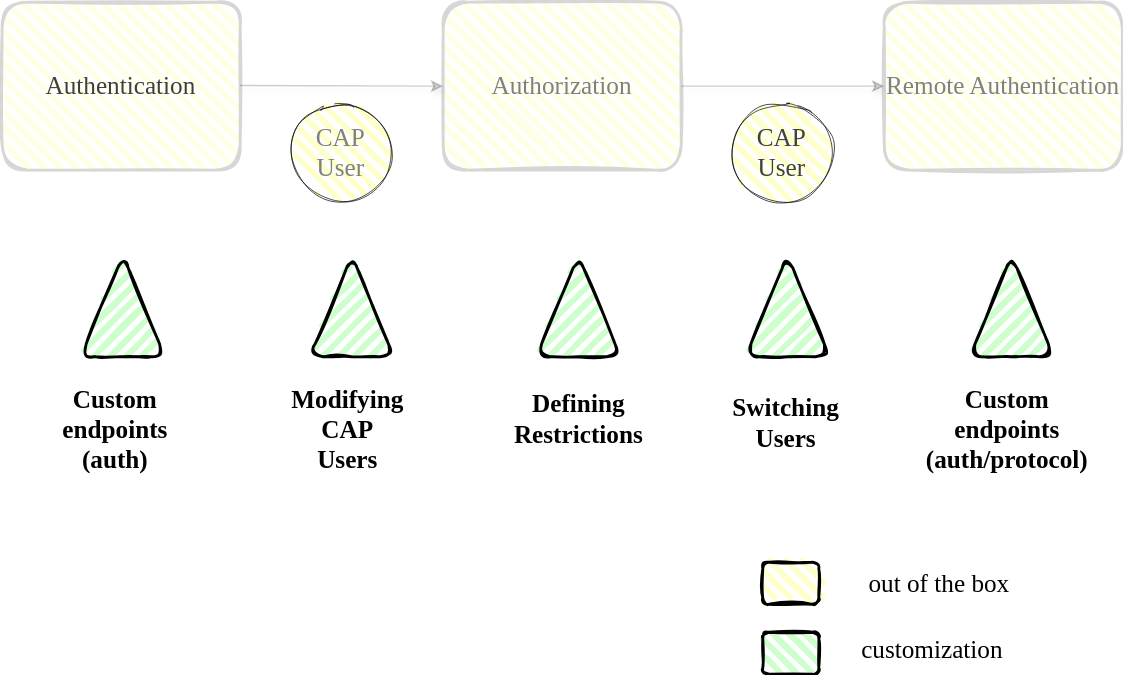
Before: guides/security/assets/security-customizable.drawio.svg, a diagram exported from draw.io (capire/docs). Source tidied: cells renumbered, new cells last; positions are measured from the earlier drawing's top-left corner, leaving out a move shared by most shapes. Its diagram source:
```xml
<mxGraphModel>
  <root>
    <mxCell id="0" />
    <mxCell id="1" parent="0" />
    <mxCell id="2" value="&lt;font style=&quot;font-size: 18px;&quot; face=&quot;Comic Sans MS&quot;&gt;CAP User&lt;/font&gt;" style="ellipse;whiteSpace=wrap;html=1;rounded=1;whiteSpace=wrap;html=1;strokeWidth=0.5;fillWeight=4;hachureGap=8;hachureAngle=45;fillColor=#FFFFCC;sketch=1;shadow=0;fontColor=#808080;" parent="1" vertex="1">
      <mxGeometry x="207.2" y="72.5" width="70" height="70" as="geometry" />
    </mxCell>
    <mxCell id="3" value="&lt;font style=&quot;font-size: 18px;&quot; face=&quot;Comic Sans MS&quot;&gt;Authorization&lt;/font&gt;" style="rounded=1;whiteSpace=wrap;html=1;strokeWidth=2;fillWeight=4;hachureGap=8;hachureAngle=45;fillColor=rgba(255,255,204,0.5);sketch=1;strokeColor=#D6D6D6;fontColor=#808080;" parent="1" vertex="1">
      <mxGeometry x="315" width="170" height="120" as="geometry" />
    </mxCell>
    <mxCell id="4" style="rounded=1;whiteSpace=wrap;html=1;strokeWidth=2;fillWeight=4;hachureGap=8;hachureAngle=45;fillColor=#CCFFCC;sketch=1;" parent="1" vertex="1">
      <mxGeometry x="543.2" y="450" width="40" height="30" as="geometry" />
    </mxCell>
    <mxCell id="5" style="rounded=1;whiteSpace=wrap;html=1;strokeWidth=2;fillWeight=4;hachureGap=8;hachureAngle=45;fillColor=#FFFFCC;sketch=1;" parent="1" vertex="1">
      <mxGeometry x="543.2" y="400" width="40" height="30" as="geometry" />
    </mxCell>
    <mxCell id="6" value="&lt;span style=&quot;color: rgb(63, 63, 63); font-family: &amp;quot;Comic Sans MS&amp;quot;; font-size: 18px;&quot;&gt;Authentication&lt;/span&gt;" style="rounded=1;whiteSpace=wrap;html=1;strokeWidth=2;fillWeight=4;hachureGap=8;hachureAngle=45;fillColor=rgba(255,255,204,0.5);sketch=1;strokeColor=#D6D6D6;fontColor=#808080;" parent="1" vertex="1">
      <mxGeometry width="170" height="120" as="geometry" />
    </mxCell>
    <mxCell id="7" value="&lt;font face=&quot;Comic Sans MS&quot;&gt;&lt;span style=&quot;font-size: 18px;&quot;&gt;Remote Authentication&lt;/span&gt;&lt;/font&gt;" style="rounded=1;whiteSpace=wrap;html=1;strokeWidth=2;fillWeight=4;hachureGap=8;hachureAngle=45;fillColor=rgba(255,255,204,0.5);sketch=1;strokeColor=#D6D6D6;fontColor=#808080;" parent="1" vertex="1">
      <mxGeometry x="630" width="170" height="120" as="geometry" />
    </mxCell>
    <mxCell id="8" style="edgeStyle=none;jettySize=auto;html=1;shadow=1;entryX=0;entryY=0.5;entryDx=0;entryDy=0;strokeColor=rgba(0,0,0,0.2);" parent="1" edge="1" target="3">
      <mxGeometry relative="1" as="geometry">
        <mxPoint x="170" y="59.5" as="sourcePoint" />
      </mxGeometry>
    </mxCell>
    <mxCell id="9" style="edgeStyle=none;jettySize=auto;html=1;shadow=1;exitX=1;exitY=0.5;exitDx=0;exitDy=0;strokeColor=rgba(0,0,0,0.2);" parent="1" edge="1" source="3">
      <mxGeometry relative="1" as="geometry">
        <mxPoint x="630" y="60" as="targetPoint" />
      </mxGeometry>
    </mxCell>
    <mxCell id="10" style="triangle;whiteSpace=wrap;html=1;rotation=-90;rounded=1;whiteSpace=wrap;html=1;strokeWidth=2;fillWeight=4;hachureGap=8;hachureAngle=45;fillColor=#CCFFCC;sketch=1;" parent="1" vertex="1">
      <mxGeometry x="213.5" y="187" width="72.5" height="60" as="geometry" />
    </mxCell>
    <mxCell id="11" value="&lt;font style=&quot;font-size: 18px;&quot; face=&quot;Comic Sans MS&quot;&gt;&lt;b&gt;Custom endpoints (auth/protocol)&lt;/b&gt;&lt;/font&gt;" style="text;html=1;align=center;verticalAlign=middle;whiteSpace=wrap;rounded=0;" parent="1" vertex="1">
      <mxGeometry x="688.2" y="291" width="60" height="30" as="geometry" />
    </mxCell>
    <mxCell id="12" value="&lt;font style=&quot;font-size: 18px;&quot; face=&quot;Comic Sans MS&quot;&gt;&lt;b&gt;Custom endpoints (auth)&lt;/b&gt;&lt;/font&gt;" style="text;html=1;align=center;verticalAlign=middle;whiteSpace=wrap;rounded=0;" parent="1" vertex="1">
      <mxGeometry x="51.2" y="291" width="60" height="30" as="geometry" />
    </mxCell>
    <mxCell id="13" value="&lt;font style=&quot;font-size: 18px;&quot; face=&quot;Comic Sans MS&quot;&gt;&lt;b&gt;Modifying CAP Users&lt;/b&gt;&lt;/font&gt;" style="text;html=1;align=center;verticalAlign=middle;whiteSpace=wrap;rounded=0;" parent="1" vertex="1">
      <mxGeometry x="217.2" y="291" width="60" height="30" as="geometry" />
    </mxCell>
    <mxCell id="14" value="&lt;font style=&quot;font-size: 18px;&quot; face=&quot;Comic Sans MS&quot;&gt;&lt;b&gt;Switching Users&lt;/b&gt;&lt;/font&gt;" style="text;html=1;align=center;verticalAlign=middle;whiteSpace=wrap;rounded=0;" parent="1" vertex="1">
      <mxGeometry x="530.2" y="286" width="60" height="30" as="geometry" />
    </mxCell>
    <mxCell id="15" value="&lt;font style=&quot;font-size: 18px;&quot; face=&quot;Comic Sans MS&quot;&gt;&lt;b&gt;Defining Restrictions&lt;/b&gt;&lt;/font&gt;" style="text;html=1;align=center;verticalAlign=middle;whiteSpace=wrap;rounded=0;" parent="1" vertex="1">
      <mxGeometry x="381.5" y="283" width="60" height="30" as="geometry" />
    </mxCell>
    <mxCell id="16" style="triangle;whiteSpace=wrap;html=1;rotation=-90;rounded=1;whiteSpace=wrap;html=1;strokeWidth=2;fillWeight=4;hachureGap=8;hachureAngle=45;fillColor=#CCFFCC;sketch=1;" parent="1" vertex="1">
      <mxGeometry x="50" y="187" width="72.5" height="60" as="geometry" />
    </mxCell>
    <mxCell id="17" style="triangle;whiteSpace=wrap;html=1;rotation=-90;rounded=1;whiteSpace=wrap;html=1;strokeWidth=2;fillWeight=4;hachureGap=8;hachureAngle=45;fillColor=#CCFFCC;sketch=1;" parent="1" vertex="1">
      <mxGeometry x="375.2" y="187" width="72.5" height="60" as="geometry" />
    </mxCell>
    <mxCell id="18" style="triangle;whiteSpace=wrap;html=1;rotation=-90;rounded=1;whiteSpace=wrap;html=1;strokeWidth=2;fillWeight=4;hachureGap=8;hachureAngle=45;fillColor=#CCFFCC;sketch=1;" parent="1" vertex="1">
      <mxGeometry x="524.8" y="187" width="72.5" height="60" as="geometry" />
    </mxCell>
    <mxCell id="19" style="triangle;whiteSpace=wrap;html=1;rotation=-90;rounded=1;whiteSpace=wrap;html=1;strokeWidth=2;fillWeight=4;hachureGap=8;hachureAngle=45;fillColor=#CCFFCC;sketch=1;" parent="1" vertex="1">
      <mxGeometry x="684.8" y="187" width="72.5" height="60" as="geometry" />
    </mxCell>
    <mxCell id="20" value="&lt;font style=&quot;font-size: 18px;&quot; face=&quot;Comic Sans MS&quot;&gt;customization&lt;/font&gt;" style="text;html=1;align=center;verticalAlign=middle;whiteSpace=wrap;rounded=0;" parent="1" vertex="1">
      <mxGeometry x="587" y="448" width="155.2" height="30" as="geometry" />
    </mxCell>
    <mxCell id="21" value="&lt;font style=&quot;font-size: 18px;&quot; face=&quot;Comic Sans MS&quot;&gt;out of the box&lt;/font&gt;" style="text;html=1;align=center;verticalAlign=middle;whiteSpace=wrap;rounded=0;" parent="1" vertex="1">
      <mxGeometry x="592.2" y="401" width="155.2" height="30" as="geometry" />
    </mxCell>
    <mxCell id="22" value="&lt;span style=&quot;color: rgb(63, 63, 63); scrollbar-color: rgb(226, 226, 226) rgb(251, 251, 251); font-family: &amp;quot;Comic Sans MS&amp;quot;; font-size: 18px;&quot;&gt;CAP User&lt;/span&gt;" style="ellipse;whiteSpace=wrap;html=1;rounded=1;whiteSpace=wrap;html=1;strokeWidth=0.5;fillWeight=4;hachureGap=8;hachureAngle=45;fillColor=#FFFFCC;sketch=1;fontColor=#808080;" parent="1" vertex="1">
      <mxGeometry x="522.2" y="72.5" width="70" height="70" as="geometry" />
    </mxCell>
  </root>
</mxGraphModel>
```
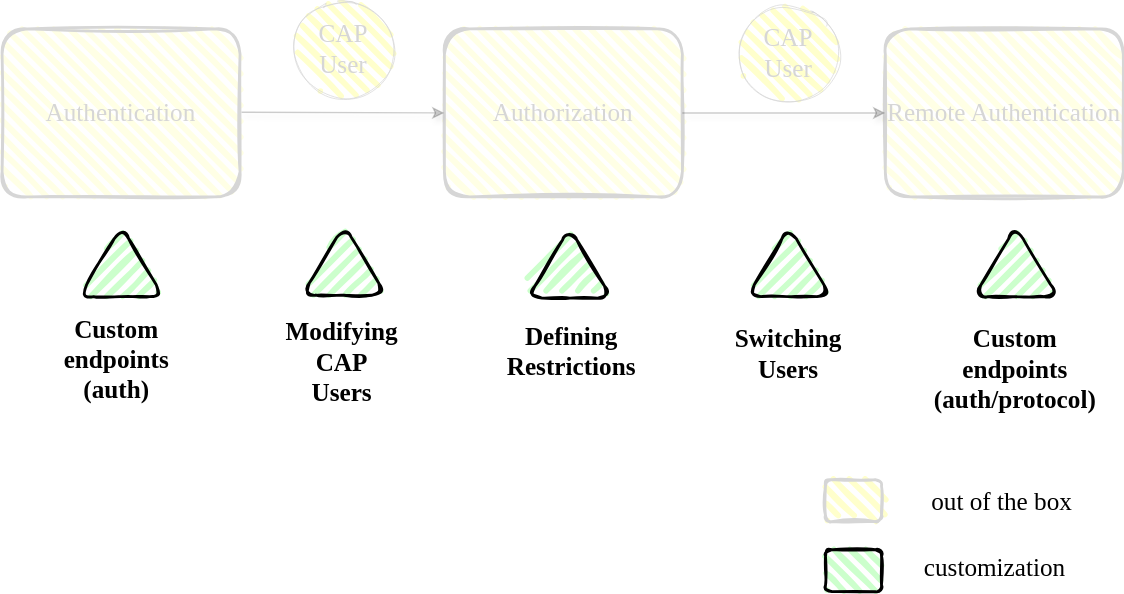
Later version of the same file.

Change to the diagram source:
```diff
@@ -2,22 +2,19 @@
   <root>
     <mxCell id="0" />
     <mxCell id="1" parent="0" />
-    <mxCell id="2" value="&lt;font style=&quot;font-size: 18px;&quot; face=&quot;Comic Sans MS&quot;&gt;CAP User&lt;/font&gt;" style="ellipse;whiteSpace=wrap;html=1;rounded=1;whiteSpace=wrap;html=1;strokeWidth=0.5;fillWeight=4;hachureGap=8;hachureAngle=45;fillColor=#FFFFCC;sketch=1;shadow=0;fontColor=#808080;" parent="1" vertex="1">
-      <mxGeometry x="207.2" y="72.5" width="70" height="70" as="geometry" />
+    <mxCell id="2" value="&lt;font style=&quot;font-size: 18px;&quot; face=&quot;Comic Sans MS&quot;&gt;CAP User&lt;/font&gt;" style="ellipse;whiteSpace=wrap;html=1;rounded=1;whiteSpace=wrap;html=1;strokeWidth=0.5;fillWeight=4;hachureGap=8;hachureAngle=45;fillColor=#FFFFCC;sketch=1;shadow=0;fontColor=#D6D6D6;strokeColor=#D6D6D6;" parent="1" vertex="1">
+      <mxGeometry x="208.2" y="-20" width="70" height="70" as="geometry" />
     </mxCell>
-    <mxCell id="3" value="&lt;font style=&quot;font-size: 18px;&quot; face=&quot;Comic Sans MS&quot;&gt;Authorization&lt;/font&gt;" style="rounded=1;whiteSpace=wrap;html=1;strokeWidth=2;fillWeight=4;hachureGap=8;hachureAngle=45;fillColor=rgba(255,255,204,0.5);sketch=1;strokeColor=#D6D6D6;fontColor=#808080;" parent="1" vertex="1">
+    <mxCell id="3" value="&lt;font style=&quot;font-size: 18px;&quot; face=&quot;Comic Sans MS&quot;&gt;Authorization&lt;/font&gt;" style="rounded=1;whiteSpace=wrap;html=1;strokeWidth=2;fillWeight=4;hachureGap=8;hachureAngle=45;fillColor=rgba(255,255,204,0.5);sketch=1;strokeColor=#D6D6D6;fontColor=#D6D6D6;" parent="1" vertex="1">
       <mxGeometry x="315" width="170" height="120" as="geometry" />
     </mxCell>
     <mxCell id="4" style="rounded=1;whiteSpace=wrap;html=1;strokeWidth=2;fillWeight=4;hachureGap=8;hachureAngle=45;fillColor=#CCFFCC;sketch=1;" parent="1" vertex="1">
-      <mxGeometry x="543.2" y="450" width="40" height="30" as="geometry" />
+      <mxGeometry x="587.2" y="372" width="40" height="30" as="geometry" />
     </mxCell>
-    <mxCell id="5" style="rounded=1;whiteSpace=wrap;html=1;strokeWidth=2;fillWeight=4;hachureGap=8;hachureAngle=45;fillColor=#FFFFCC;sketch=1;" parent="1" vertex="1">
-      <mxGeometry x="543.2" y="400" width="40" height="30" as="geometry" />
+    <mxCell id="5" style="rounded=1;whiteSpace=wrap;html=1;strokeWidth=2;fillWeight=4;hachureGap=8;hachureAngle=45;fillColor=#FFFFCC;sketch=1;strokeColor=#D6D6D6;" parent="1" vertex="1">
+      <mxGeometry x="587.2" y="322" width="40" height="30" as="geometry" />
     </mxCell>
-    <mxCell id="6" value="&lt;span style=&quot;color: rgb(63, 63, 63); font-family: &amp;quot;Comic Sans MS&amp;quot;; font-size: 18px;&quot;&gt;Authentication&lt;/span&gt;" style="rounded=1;whiteSpace=wrap;html=1;strokeWidth=2;fillWeight=4;hachureGap=8;hachureAngle=45;fillColor=rgba(255,255,204,0.5);sketch=1;strokeColor=#D6D6D6;fontColor=#808080;" parent="1" vertex="1">
-      <mxGeometry width="170" height="120" as="geometry" />
-    </mxCell>
-    <mxCell id="7" value="&lt;font face=&quot;Comic Sans MS&quot;&gt;&lt;span style=&quot;font-size: 18px;&quot;&gt;Remote Authentication&lt;/span&gt;&lt;/font&gt;" style="rounded=1;whiteSpace=wrap;html=1;strokeWidth=2;fillWeight=4;hachureGap=8;hachureAngle=45;fillColor=rgba(255,255,204,0.5);sketch=1;strokeColor=#D6D6D6;fontColor=#808080;" parent="1" vertex="1">
+    <mxCell id="7" value="&lt;font face=&quot;Comic Sans MS&quot;&gt;&lt;span style=&quot;font-size: 18px;&quot;&gt;Remote Authentication&lt;/span&gt;&lt;/font&gt;" style="rounded=1;whiteSpace=wrap;html=1;strokeWidth=2;fillWeight=4;hachureGap=8;hachureAngle=45;fillColor=rgba(255,255,204,0.5);sketch=1;strokeColor=#D6D6D6;fontColor=#D6D6D6;" parent="1" vertex="1">
       <mxGeometry x="630" width="170" height="120" as="geometry" />
     </mxCell>
     <mxCell id="8" style="edgeStyle=none;jettySize=auto;html=1;shadow=1;entryX=0;entryY=0.5;entryDx=0;entryDy=0;strokeColor=rgba(0,0,0,0.2);" parent="1" edge="1" target="3">
@@ -30,44 +27,47 @@
         <mxPoint x="630" y="60" as="targetPoint" />
       </mxGeometry>
     </mxCell>
-    <mxCell id="10" style="triangle;whiteSpace=wrap;html=1;rotation=-90;rounded=1;whiteSpace=wrap;html=1;strokeWidth=2;fillWeight=4;hachureGap=8;hachureAngle=45;fillColor=#CCFFCC;sketch=1;" parent="1" vertex="1">
-      <mxGeometry x="213.5" y="187" width="72.5" height="60" as="geometry" />
-    </mxCell>
     <mxCell id="11" value="&lt;font style=&quot;font-size: 18px;&quot; face=&quot;Comic Sans MS&quot;&gt;&lt;b&gt;Custom endpoints (auth/protocol)&lt;/b&gt;&lt;/font&gt;" style="text;html=1;align=center;verticalAlign=middle;whiteSpace=wrap;rounded=0;" parent="1" vertex="1">
-      <mxGeometry x="688.2" y="291" width="60" height="30" as="geometry" />
+      <mxGeometry x="693.2" y="229" width="60" height="30" as="geometry" />
     </mxCell>
     <mxCell id="12" value="&lt;font style=&quot;font-size: 18px;&quot; face=&quot;Comic Sans MS&quot;&gt;&lt;b&gt;Custom endpoints (auth)&lt;/b&gt;&lt;/font&gt;" style="text;html=1;align=center;verticalAlign=middle;whiteSpace=wrap;rounded=0;" parent="1" vertex="1">
-      <mxGeometry x="51.2" y="291" width="60" height="30" as="geometry" />
+      <mxGeometry x="51.2" y="222" width="60" height="30" as="geometry" />
     </mxCell>
     <mxCell id="13" value="&lt;font style=&quot;font-size: 18px;&quot; face=&quot;Comic Sans MS&quot;&gt;&lt;b&gt;Modifying CAP Users&lt;/b&gt;&lt;/font&gt;" style="text;html=1;align=center;verticalAlign=middle;whiteSpace=wrap;rounded=0;" parent="1" vertex="1">
-      <mxGeometry x="217.2" y="291" width="60" height="30" as="geometry" />
+      <mxGeometry x="212.2" y="224" width="60" height="30" as="geometry" />
     </mxCell>
     <mxCell id="14" value="&lt;font style=&quot;font-size: 18px;&quot; face=&quot;Comic Sans MS&quot;&gt;&lt;b&gt;Switching Users&lt;/b&gt;&lt;/font&gt;" style="text;html=1;align=center;verticalAlign=middle;whiteSpace=wrap;rounded=0;" parent="1" vertex="1">
-      <mxGeometry x="530.2" y="286" width="60" height="30" as="geometry" />
+      <mxGeometry x="531.2" y="218" width="60" height="30" as="geometry" />
     </mxCell>
     <mxCell id="15" value="&lt;font style=&quot;font-size: 18px;&quot; face=&quot;Comic Sans MS&quot;&gt;&lt;b&gt;Defining Restrictions&lt;/b&gt;&lt;/font&gt;" style="text;html=1;align=center;verticalAlign=middle;whiteSpace=wrap;rounded=0;" parent="1" vertex="1">
-      <mxGeometry x="381.5" y="283" width="60" height="30" as="geometry" />
+      <mxGeometry x="375.5" y="216" width="60" height="30" as="geometry" />
     </mxCell>
     <mxCell id="16" style="triangle;whiteSpace=wrap;html=1;rotation=-90;rounded=1;whiteSpace=wrap;html=1;strokeWidth=2;fillWeight=4;hachureGap=8;hachureAngle=45;fillColor=#CCFFCC;sketch=1;" parent="1" vertex="1">
-      <mxGeometry x="50" y="187" width="72.5" height="60" as="geometry" />
+      <mxGeometry x="59.2" y="136.2" width="50" height="60" as="geometry" />
     </mxCell>
-    <mxCell id="17" style="triangle;whiteSpace=wrap;html=1;rotation=-90;rounded=1;whiteSpace=wrap;html=1;strokeWidth=2;fillWeight=4;hachureGap=8;hachureAngle=45;fillColor=#CCFFCC;sketch=1;" parent="1" vertex="1">
-      <mxGeometry x="375.2" y="187" width="72.5" height="60" as="geometry" />
-    </mxCell>
-    <mxCell id="18" style="triangle;whiteSpace=wrap;html=1;rotation=-90;rounded=1;whiteSpace=wrap;html=1;strokeWidth=2;fillWeight=4;hachureGap=8;hachureAngle=45;fillColor=#CCFFCC;sketch=1;" parent="1" vertex="1">
-      <mxGeometry x="524.8" y="187" width="72.5" height="60" as="geometry" />
-    </mxCell>
-    <mxCell id="19" style="triangle;whiteSpace=wrap;html=1;rotation=-90;rounded=1;whiteSpace=wrap;html=1;strokeWidth=2;fillWeight=4;hachureGap=8;hachureAngle=45;fillColor=#CCFFCC;sketch=1;" parent="1" vertex="1">
-      <mxGeometry x="684.8" y="187" width="72.5" height="60" as="geometry" />
-    </mxCell>
     <mxCell id="20" value="&lt;font style=&quot;font-size: 18px;&quot; face=&quot;Comic Sans MS&quot;&gt;customization&lt;/font&gt;" style="text;html=1;align=center;verticalAlign=middle;whiteSpace=wrap;rounded=0;" parent="1" vertex="1">
-      <mxGeometry x="587" y="448" width="155.2" height="30" as="geometry" />
+      <mxGeometry x="631" y="370" width="155.2" height="30" as="geometry" />
     </mxCell>
     <mxCell id="21" value="&lt;font style=&quot;font-size: 18px;&quot; face=&quot;Comic Sans MS&quot;&gt;out of the box&lt;/font&gt;" style="text;html=1;align=center;verticalAlign=middle;whiteSpace=wrap;rounded=0;" parent="1" vertex="1">
-      <mxGeometry x="592.2" y="401" width="155.2" height="30" as="geometry" />
+      <mxGeometry x="636.2" y="323" width="155.2" height="30" as="geometry" />
     </mxCell>
+    <mxCell id="23" style="triangle;whiteSpace=wrap;html=1;rotation=-90;rounded=1;whiteSpace=wrap;html=1;strokeWidth=2;fillWeight=4;hachureGap=8;hachureAngle=45;fillColor=#CCFFCC;sketch=1;" parent="1" vertex="1">
+      <mxGeometry x="218.2" y="135.2" width="50" height="60" as="geometry" />
+    </mxCell>
+    <mxCell id="24" style="triangle;whiteSpace=wrap;html=1;rotation=-90;rounded=1;whiteSpace=wrap;html=1;strokeWidth=2;fillWeight=4;hachureGap=8;hachureAngle=45;fillColor=#CCFFCC;sketch=1;" parent="1" vertex="1">
+      <mxGeometry x="379.5" y="137.2" width="50" height="60" as="geometry" />
+    </mxCell>
+    <mxCell id="25" style="triangle;whiteSpace=wrap;html=1;rotation=-90;rounded=1;whiteSpace=wrap;html=1;strokeWidth=2;fillWeight=4;hachureGap=8;hachureAngle=45;fillColor=#CCFFCC;sketch=1;" parent="1" vertex="1">
+      <mxGeometry x="536.2" y="136.2" width="50" height="60" as="geometry" />
+    </mxCell>
+    <mxCell id="26" style="triangle;whiteSpace=wrap;html=1;rotation=-90;rounded=1;whiteSpace=wrap;html=1;strokeWidth=2;fillWeight=4;hachureGap=8;hachureAngle=45;fillColor=#CCFFCC;sketch=1;" parent="1" vertex="1">
+      <mxGeometry x="698.2" y="136.2" width="50" height="60" as="geometry" />
+    </mxCell>
-    <mxCell id="22" value="&lt;span style=&quot;color: rgb(63, 63, 63); scrollbar-color: rgb(226, 226, 226) rgb(251, 251, 251); font-family: &amp;quot;Comic Sans MS&amp;quot;; font-size: 18px;&quot;&gt;CAP User&lt;/span&gt;" style="ellipse;whiteSpace=wrap;html=1;rounded=1;whiteSpace=wrap;html=1;strokeWidth=0.5;fillWeight=4;hachureGap=8;hachureAngle=45;fillColor=#FFFFCC;sketch=1;fontColor=#808080;" parent="1" vertex="1">
-      <mxGeometry x="522.2" y="72.5" width="70" height="70" as="geometry" />
+    <mxCell id="22" value="&lt;font style=&quot;font-size: 18px;&quot; face=&quot;Comic Sans MS&quot;&gt;CAP User&lt;/font&gt;" style="ellipse;whiteSpace=wrap;html=1;rounded=1;whiteSpace=wrap;html=1;strokeWidth=0.5;fillWeight=4;hachureGap=8;hachureAngle=45;fillColor=#FFFFCC;sketch=1;shadow=0;fontColor=#D6D6D6;strokeColor=#D6D6D6;" parent="1" vertex="1">
+      <mxGeometry x="526.2" y="-17" width="70" height="70" as="geometry" />
     </mxCell>
+    <mxCell id="6" value="&lt;font style=&quot;font-size: 18px;&quot; face=&quot;Comic Sans MS&quot;&gt;Authentication&lt;/font&gt;" style="rounded=1;whiteSpace=wrap;html=1;strokeWidth=2;fillWeight=4;hachureGap=8;hachureAngle=45;fillColor=rgba(255,255,204,0.5);sketch=1;strokeColor=#D6D6D6;fontColor=#D6D6D6;" parent="1" vertex="1">
+      <mxGeometry x="-1" width="170" height="120" as="geometry" />
+    </mxCell>
   </root>
 </mxGraphModel>
```
